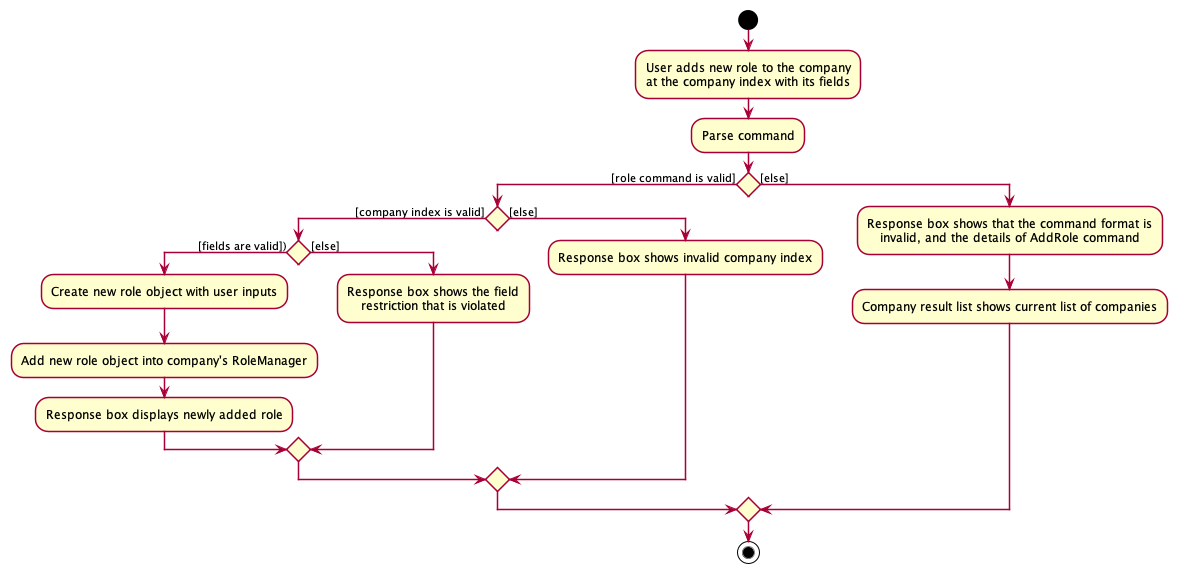
The PlantUML diagram docs/images/AddRoleActivityDiagram.png in nus-cs2103-AY2122S2/tp, before a commit. Its diagram source:
```plantuml
@startuml
!include style.puml

start
:User adds new role to the company
at the company index with its fields;
:Parse command;

if () then ([role command is valid])
    if () then ([company index is valid])
        if () then ([fields are valid]))
            :Create new role object with user inputs;
            :Add new role object into company's RoleManager;
            :Response box displays newly added role;
        else ([else])
            :Response box shows the field
            restriction that is violated;
        endif
    else ([else])
        :Response box shows invalid company index;
    endif
else ([else])
    :Response box shows that the command format is
    invalid, and the details of AddRole command;
    :Company result list shows current list of companies;
endif
stop
@enduml
```
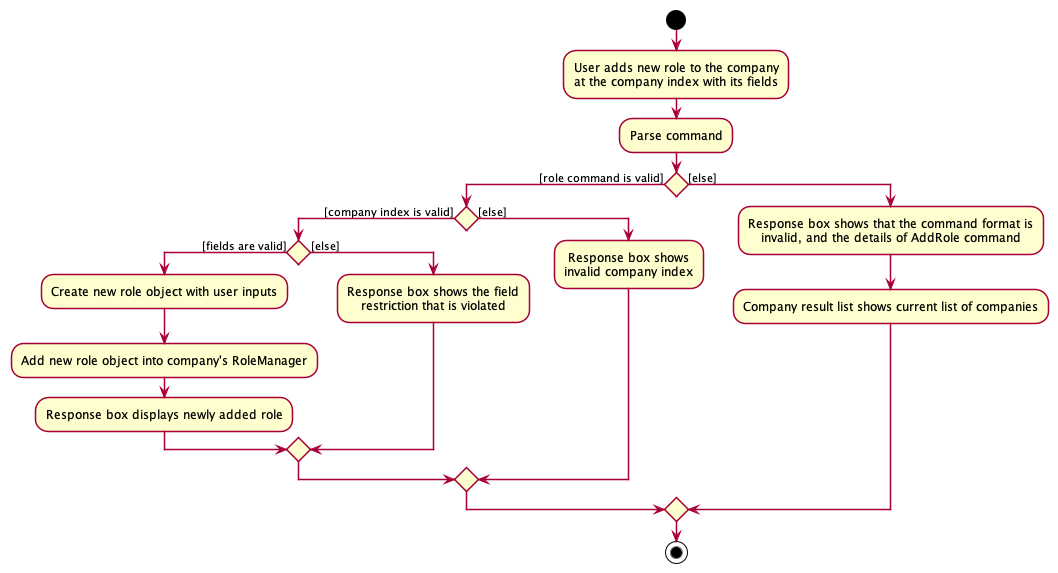
After the commit.

The edit, as a diff of the source:
```diff
@@ -8,7 +8,7 @@
 
 if () then ([role command is valid])
     if () then ([company index is valid])
-        if () then ([fields are valid]))
+        if () then ([fields are valid])
             :Create new role object with user inputs;
             :Add new role object into company's RoleManager;
             :Response box displays newly added role;
@@ -17,7 +17,8 @@
             restriction that is violated;
         endif
     else ([else])
-        :Response box shows invalid company index;
+        :Response box shows
+        invalid company index;
     endif
 else ([else])
     :Response box shows that the command format is
```
